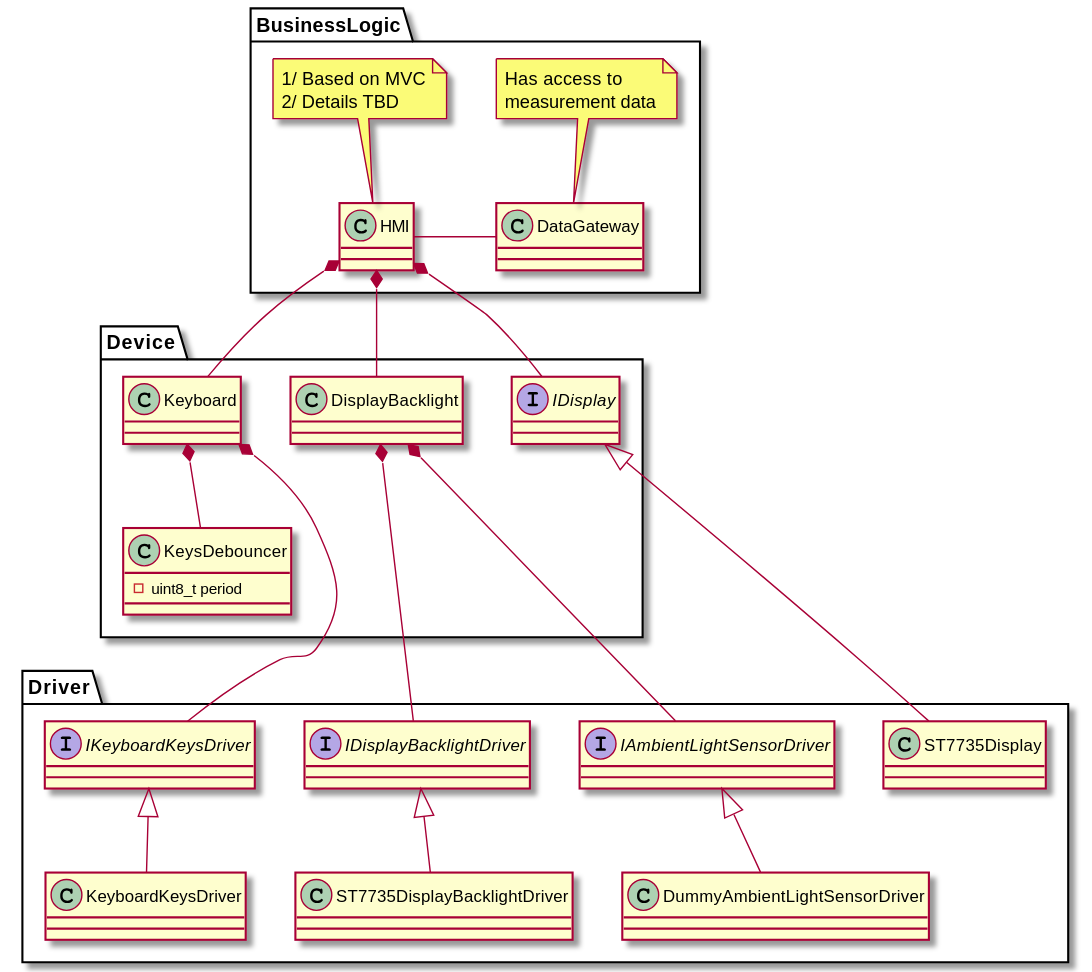
RobertGawron/HardwareDataLogger keeps this PlantUML diagram as Documentation/Diagrams/Export/Documentation/Diagrams/Source/NUCLEO-F103RB/HMI_Class_Diagram.svg. Above is the earlier version.
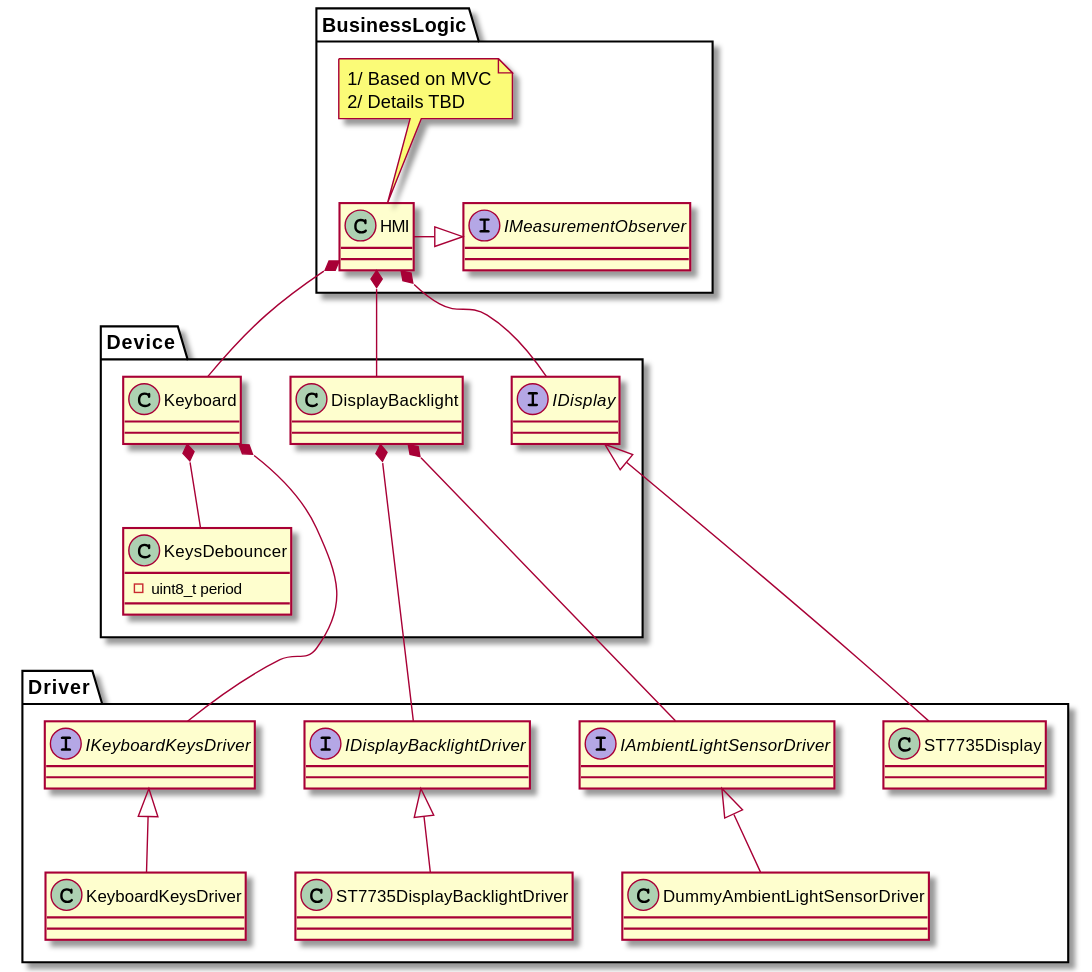
The same file after the commit.

The edit, as a diff of the source:
```diff
@@ -7,11 +7,7 @@
     end note
     class HMI
 
-    note top of DataGateway
-    Has access to
-    measurement data
-    end note
-    class DataGateway
+    interface IMeasurementObserver
 
 }
 
@@ -57,6 +53,6 @@
 HMI *-- IDisplay
 HMI *-- DisplayBacklight
 HMI *-- Keyboard
-HMI - DataGateway
+HMI -|> IMeasurementObserver
 
 @enduml
```
